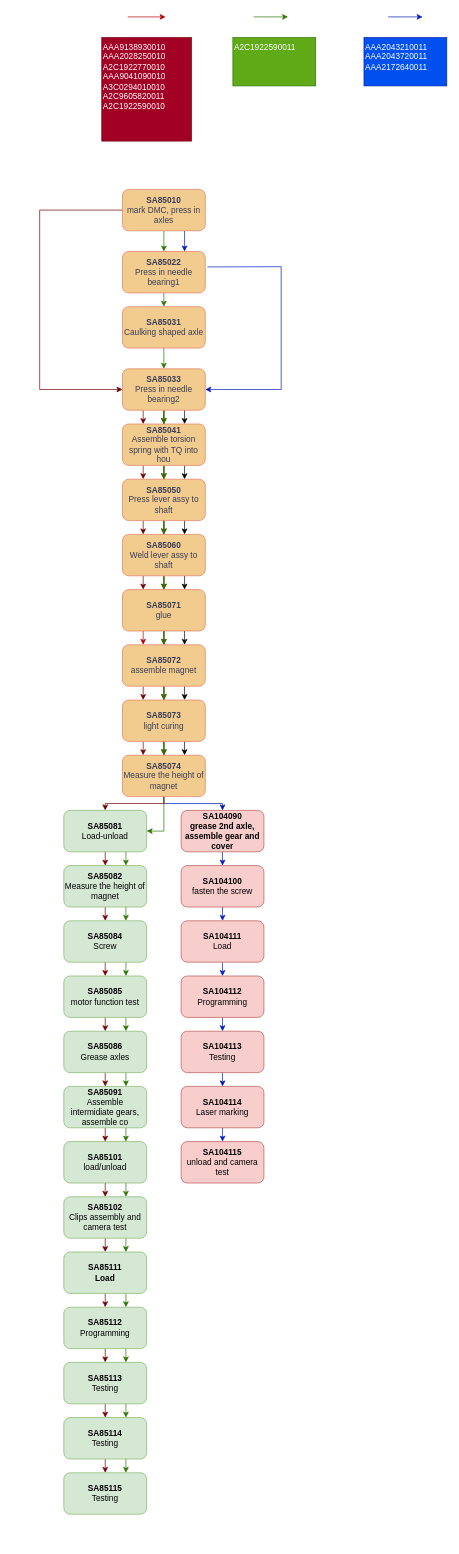
Earlier version of the draw.io diagram images/未命名绘图.drawio (gf199406/hello-world). Source tidied: cells renumbered, new cells numbered last; positions are measured from the earlier drawing's top-left corner, leaving out a move shared by most shapes. Both pictures are drawn from the tidied source at 69%, with x=0, y=0 at pixel (39, 17).
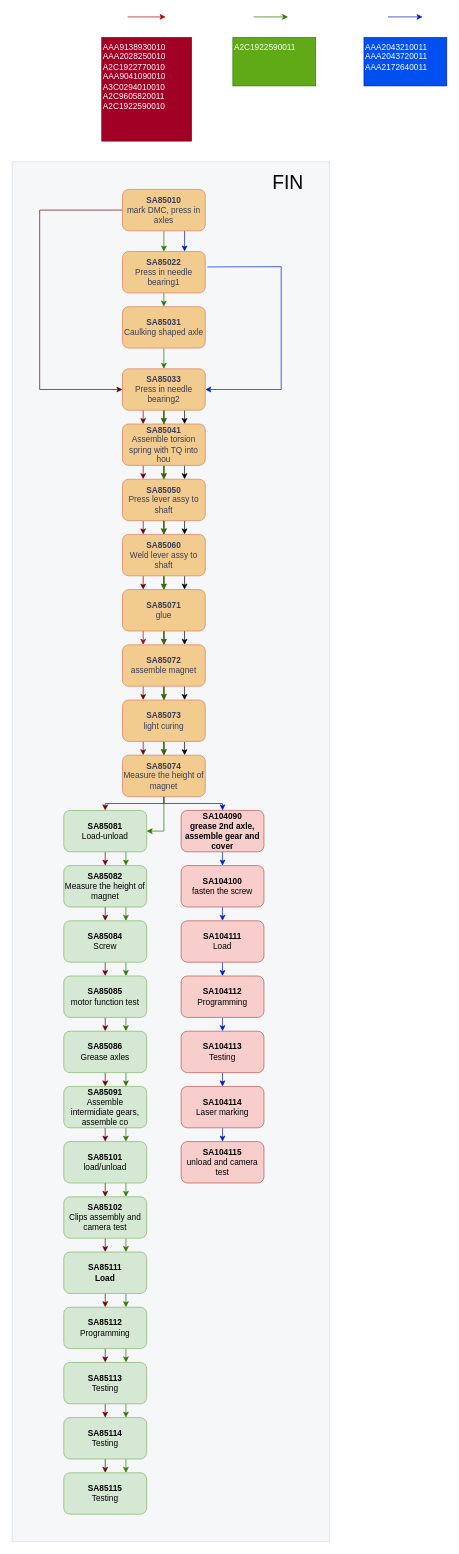
The same page after the edit.

Commit message (it also covers changes not shown here):
更新未命名绘图.drawio

The edit, as a diff of the source:
```diff
@@
-<mxGraphModel>
+<mxGraphModel background="#ffffff">
@@
+    <mxCell id="106" style="rounded=0;whiteSpace=wrap;html=1;fillColor=#bac8d3;strokeColor=#23445d;opacity=15;" parent="1" vertex="1">
+      <mxGeometry x="-40" y="210" width="460" height="2000" as="geometry" />
+    </mxCell>
@@
+    <mxCell id="107" value="&lt;font style=&quot;font-size: 28px;&quot;&gt;FIN&lt;/font&gt;" style="rounded=0;whiteSpace=wrap;html=1;opacity=0;" parent="1" vertex="1">
+      <mxGeometry x="300" y="210" width="120" height="60" as="geometry" />
+    </mxCell>
```
